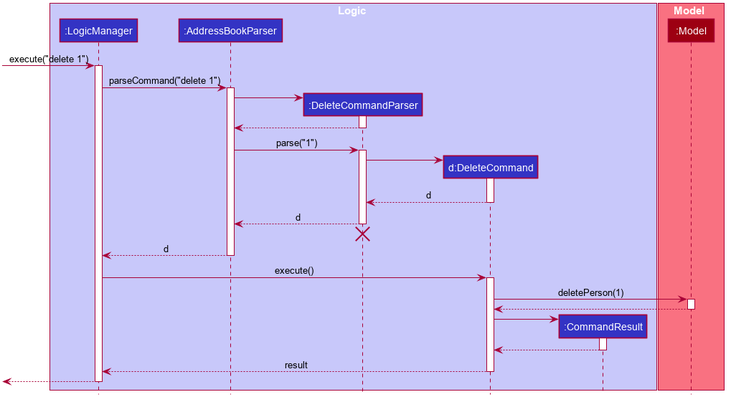
nus-cs2103-AY1920S1/addressbook-level3 keeps this PlantUML diagram as docs/images/DeleteSequenceDiagram.png. Above is the earlier version.
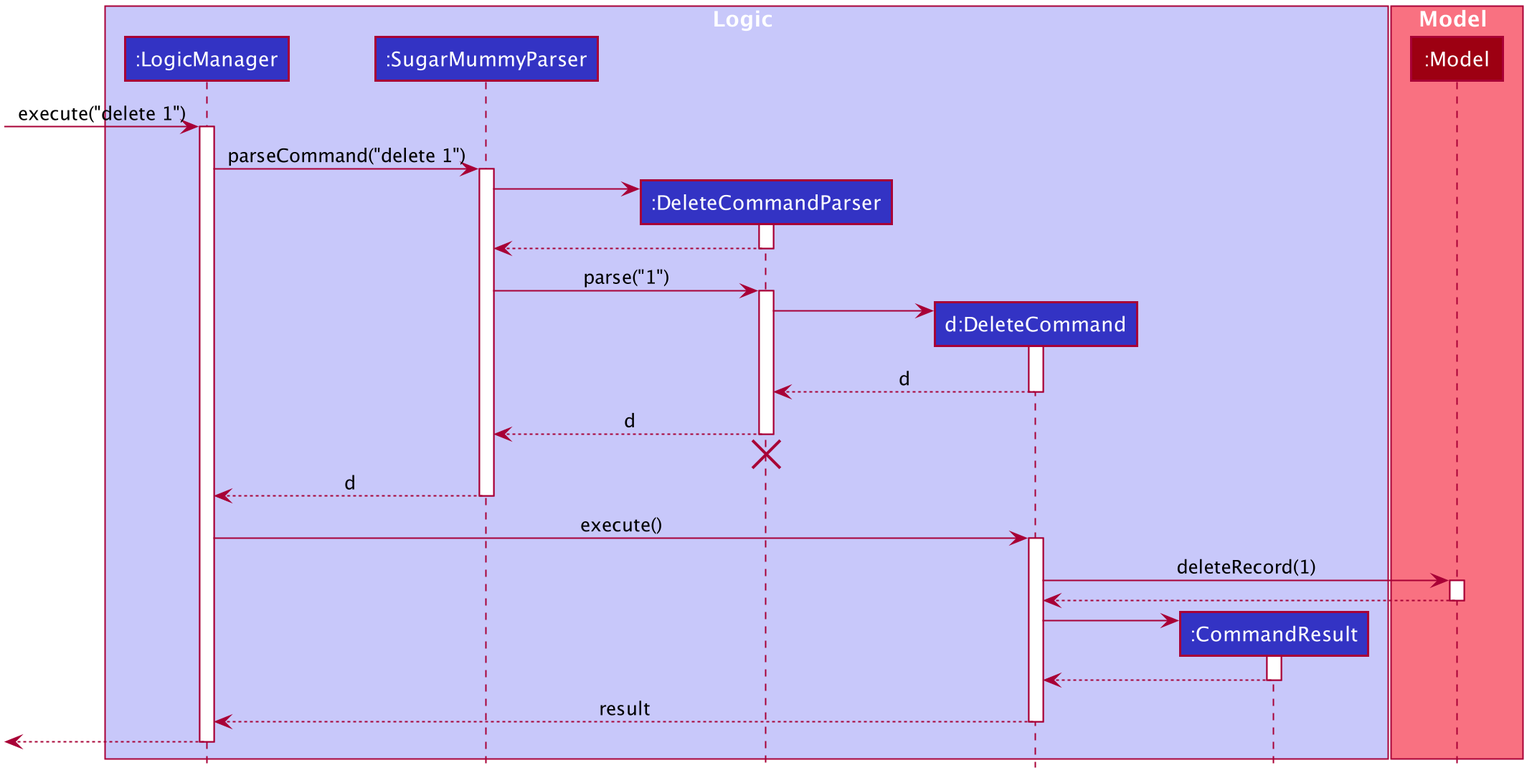
Later version of the same file.

Commit message:
Update DG and sequence diagrams.

What changed in the source:
```diff
@@ -50,7 +50,7 @@
 
 box Logic #C8C8FA
 participant ":LogicManager" as LogicManager #3333C4
-participant ":AddressBookParser" as AddressBookParser #3333C4
+participant ":SugarMummyParser" as SugarMummyParser #3333C4
 participant ":DeleteCommandParser" as DeleteCommandParser #3333C4
 participant "d:DeleteCommand" as DeleteCommand #3333C4
 participant ":CommandResult" as CommandResult #3333C4
@@ -63,17 +63,17 @@
 [-> LogicManager : execute("delete 1")
 activate LogicManager
 
-LogicManager -> AddressBookParser : parseCommand("delete 1")
-activate AddressBookParser
+LogicManager -> SugarMummyParser : parseCommand("delete 1")
+activate SugarMummyParser
 
 create DeleteCommandParser
-AddressBookParser -> DeleteCommandParser
+SugarMummyParser -> DeleteCommandParser
 activate DeleteCommandParser
 
-DeleteCommandParser --> AddressBookParser
+DeleteCommandParser --> SugarMummyParser
 deactivate DeleteCommandParser
 
-AddressBookParser -> DeleteCommandParser : parse("1")
+SugarMummyParser -> DeleteCommandParser : parse("1")
 activate DeleteCommandParser
 
 create DeleteCommand
@@ -83,18 +83,18 @@
 DeleteCommand --> DeleteCommandParser : d
 deactivate DeleteCommand
 
-DeleteCommandParser --> AddressBookParser : d
+DeleteCommandParser --> SugarMummyParser : d
 deactivate DeleteCommandParser
-DeleteCommandParser -[hidden]-> AddressBookParser
+DeleteCommandParser -[hidden]-> SugarMummyParser
 destroy DeleteCommandParser
 
-AddressBookParser --> LogicManager : d
-deactivate AddressBookParser
+SugarMummyParser --> LogicManager : d
+deactivate SugarMummyParser
 
 LogicManager -> DeleteCommand : execute()
 activate DeleteCommand
 
-DeleteCommand -> Model : deletePerson(1)
+DeleteCommand -> Model : deleteRecord(1)
 activate Model
 
 Model --> DeleteCommand
```
